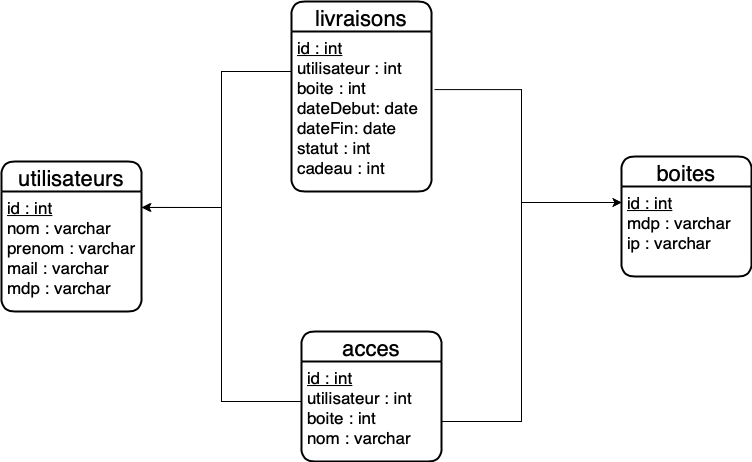
he201749/EzDelivery keeps this draw.io diagram as Schémas/db.png. Above is the earlier version. Source tidied: cells renumbered, new cells last; positions are measured from the earlier drawing's top-left corner, leaving out a move shared by most shapes.
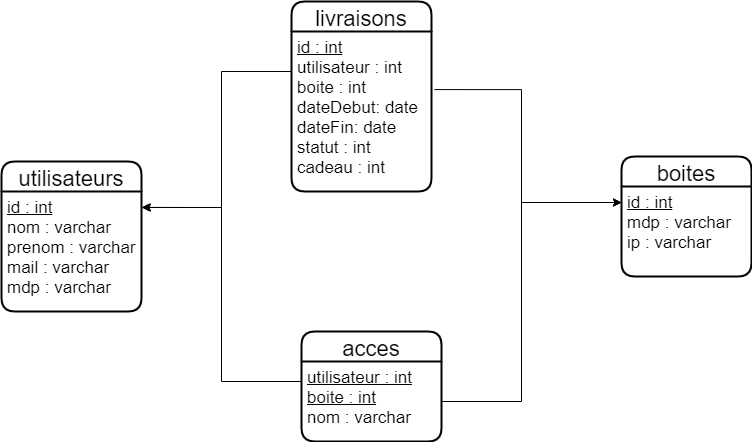
The same file after the commit.

Commit message:
maj schema db

The edit, as a diff of the source:
```diff
@@ -29,10 +29,10 @@
       <mxGeometry y="30" width="140" height="160" as="geometry" />
     </mxCell>
     <mxCell id="9" value="acces" style="swimlane;horizontal=1;startSize=30;rounded=1;fontSize=22;fontStyle=0;strokeWidth=2;shadow=0;dashed=0;align=center;" parent="1" vertex="1">
-      <mxGeometry x="300" y="330" width="140" height="130" as="geometry" />
+      <mxGeometry x="300" y="330" width="140" height="110" as="geometry" />
     </mxCell>
-    <mxCell id="10" value="&lt;u&gt;id : int&lt;br&gt;&lt;/u&gt;utilisateur : int&lt;br&gt;boite : int&lt;br&gt;nom : varchar" style="align=left;strokeColor=none;fillColor=none;spacingLeft=4;fontSize=17;verticalAlign=top;fontStyle=0;html=1;" parent="9" vertex="1">
-      <mxGeometry y="30" width="140" height="100" as="geometry" />
+    <mxCell id="10" value="&lt;u&gt;utilisateur : int&lt;br&gt;boite : int&lt;/u&gt;&lt;br&gt;nom : varchar" style="align=left;strokeColor=none;fillColor=none;spacingLeft=4;fontSize=17;verticalAlign=top;fontStyle=0;html=1;" parent="9" vertex="1">
+      <mxGeometry y="30" width="140" height="80" as="geometry" />
     </mxCell>
     <mxCell id="11" style="edgeStyle=orthogonalEdgeStyle;rounded=0;jettySize=auto;html=1;entryX=1;entryY=0.133;entryDx=0;entryDy=0;entryPerimeter=0;exitX=0;exitY=0.25;exitDx=0;exitDy=0;" parent="1" edge="1" source="8" target="3">
       <mxGeometry relative="1" as="geometry">
@@ -45,7 +45,7 @@
     <mxCell id="12" style="edgeStyle=orthogonalEdgeStyle;rounded=0;jettySize=auto;html=1;fontSize=17;entryX=1.007;entryY=0.133;entryDx=0;entryDy=0;entryPerimeter=0;" parent="1" edge="1" source="10" target="3">
       <mxGeometry relative="1" as="geometry">
         <Array as="points">
-          <mxPoint x="220" y="400" />
+          <mxPoint x="220" y="380" />
           <mxPoint x="220" y="206" />
         </Array>
       </mxGeometry>
@@ -53,7 +53,7 @@
     <mxCell id="13" style="edgeStyle=orthogonalEdgeStyle;rounded=0;jettySize=auto;html=1;fontSize=17;" parent="1" edge="1" source="10" target="5">
       <mxGeometry relative="1" as="geometry">
         <Array as="points">
-          <mxPoint x="520" y="420" />
+          <mxPoint x="520" y="400" />
           <mxPoint x="520" y="201" />
         </Array>
       </mxGeometry>
```
